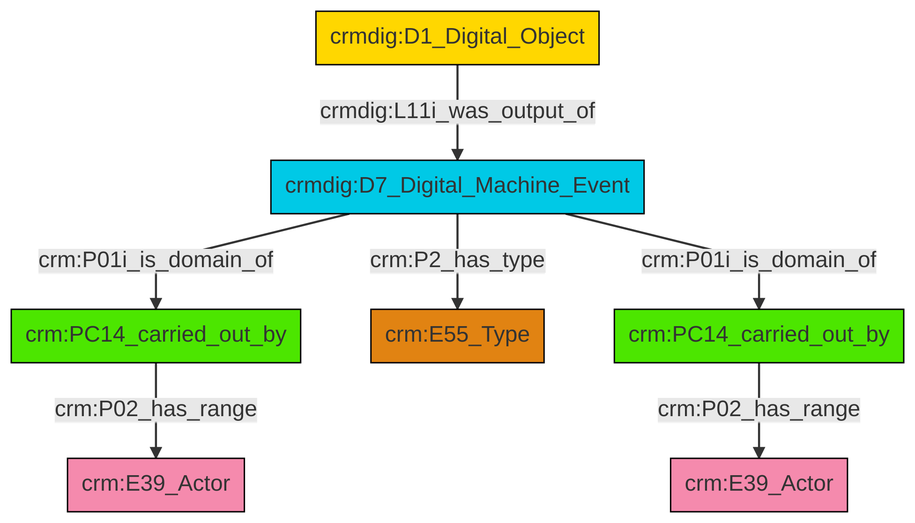
swiss-art-research-net/reference-data-models keeps this Mermaid diagram as et/doCSV/ttl/mmd/png/do_actor_relations.png. Above is the earlier version. Its source is kept beside it as et/doCSV/ttl/mmd/do_actor_relations.ttl.mmd.
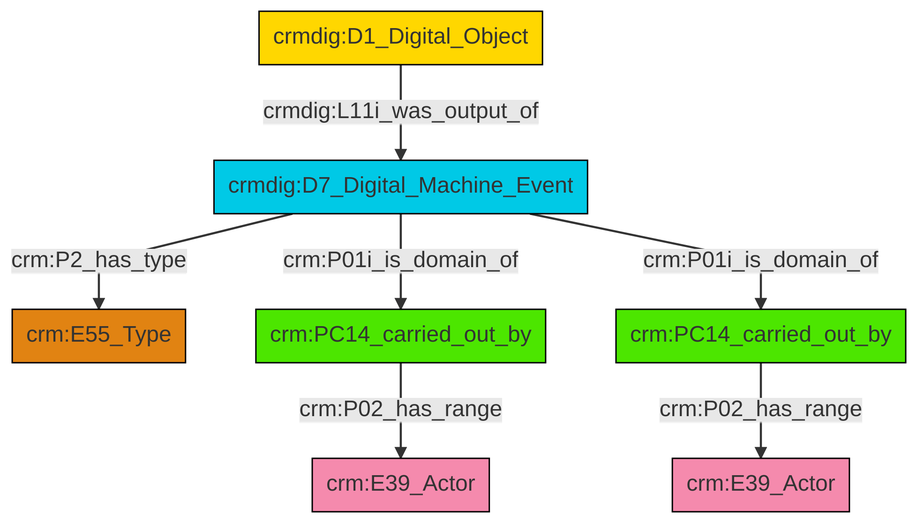
Above is the later version.

Diff of the diagram source:
```diff
@@ -13,9 +13,9 @@
 classDef PC_Classes fill:#4ce600, stroke:#000000;
 classDef Multi fill:#cccccc,stroke:#000000;
 
-2["crmdig:D7_Digital_Machine_Event"]:::Temporal_Entity -->|crm:P2_has_type| 3["crm:E55_Type"]:::Type
-2["crmdig:D7_Digital_Machine_Event"]:::Temporal_Entity -->|crm:P01i_is_domain_of| 0["crm:PC14_carried_out_by"]:::PC_Classes
-8["crm:PC14_carried_out_by"]:::PC_Classes -->|crm:P02_has_range| 5["crm:E39_Actor"]:::Actor
-10["crmdig:D1_Digital_Object"]:::Conceptual_Object -->|crmdig:L11i_was_output_of| 2["crmdig:D7_Digital_Machine_Event"]:::Temporal_Entity
-0["crm:PC14_carried_out_by"]:::PC_Classes -->|crm:P02_has_range| 12["crm:E39_Actor"]:::Actor
-2["crmdig:D7_Digital_Machine_Event"]:::Temporal_Entity -->|crm:P01i_is_domain_of| 8["crm:PC14_carried_out_by"]:::PC_Classes
+6["crmdig:D7_Digital_Machine_Event"]:::Temporal_Entity -->|crm:P01i_is_domain_of| 4["crm:PC14_carried_out_by"]:::PC_Classes
+4["crm:PC14_carried_out_by"]:::PC_Classes -->|crm:P02_has_range| 7["crm:E39_Actor"]:::Actor
+6["crmdig:D7_Digital_Machine_Event"]:::Temporal_Entity -->|crm:P2_has_type| 2["crm:E55_Type"]:::Type
+0["crmdig:D1_Digital_Object"]:::Conceptual_Object -->|crmdig:L11i_was_output_of| 6["crmdig:D7_Digital_Machine_Event"]:::Temporal_Entity
+6["crmdig:D7_Digital_Machine_Event"]:::Temporal_Entity -->|crm:P01i_is_domain_of| 12["crm:PC14_carried_out_by"]:::PC_Classes
+12["crm:PC14_carried_out_by"]:::PC_Classes -->|crm:P02_has_range| 10["crm:E39_Actor"]:::Actor
```
